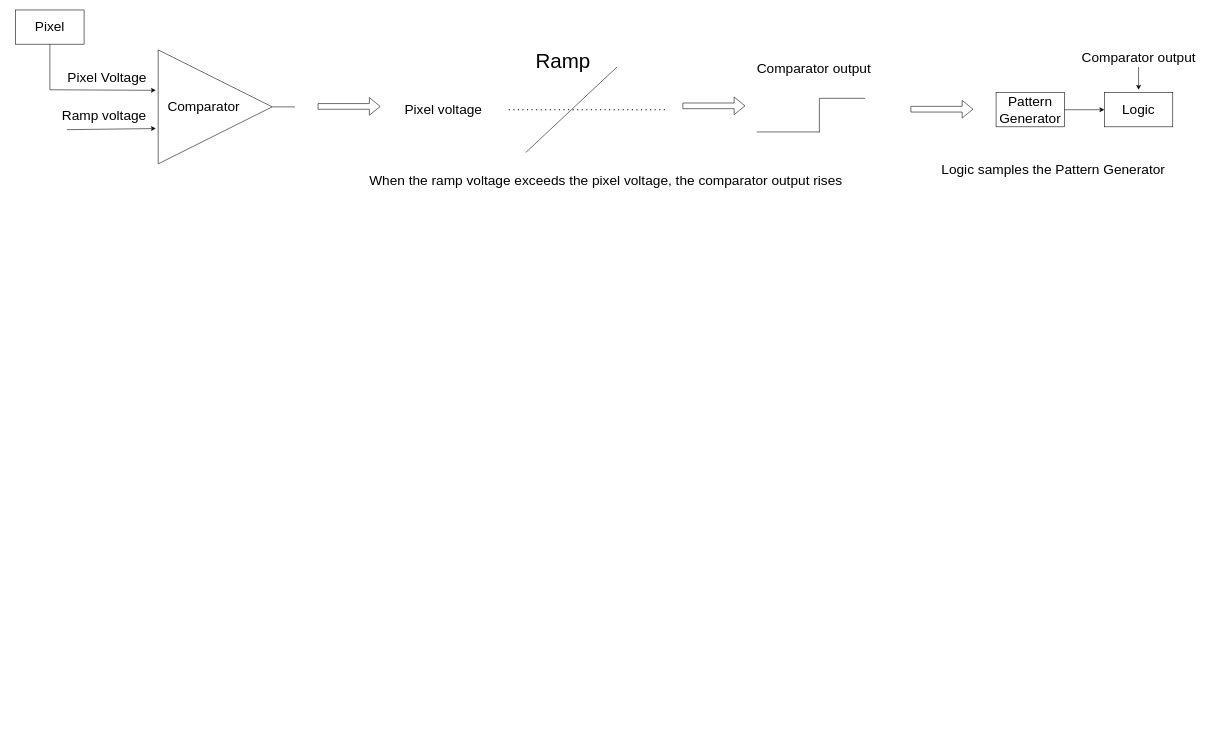
Above: Diagrams/comparator.drawio in sabarioded/Patterns_Project (draw.io), before the change. Source tidied: cells renumbered, new cells numbered last; positions are measured from the earlier drawing's top-left corner, leaving out a move shared by most shapes. Both pictures are drawn from the tidied source at 57%, with x=0, y=0 at pixel (15, 10).
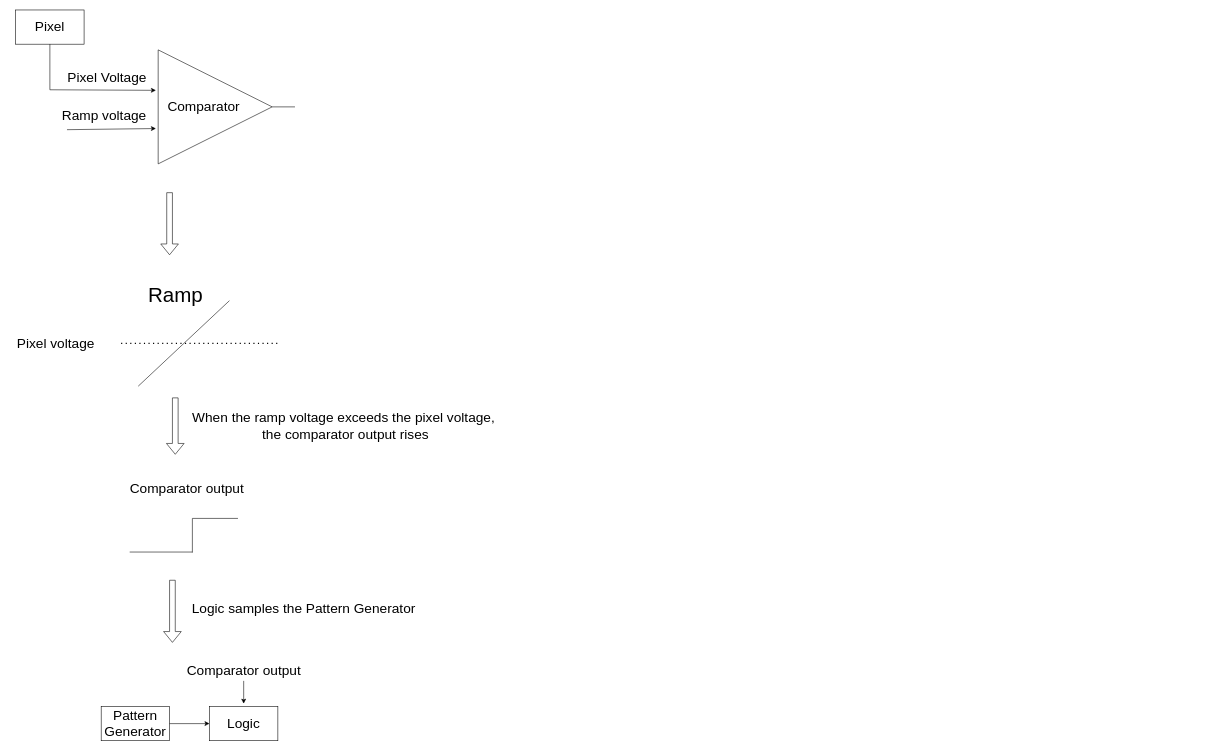
Above is the later version.

The edit, as a diff of the source:
```diff
@@
     <mxCell id="6" style="endArrow=none;html=1;rounded=0;" parent="1" edge="1">
       <mxGeometry relative="1" as="geometry">
-        <mxPoint x="895" y="250" as="sourcePoint" />
-        <mxPoint x="1055" y="100" as="targetPoint" />
+        <mxPoint x="215" y="660" as="sourcePoint" />
+        <mxPoint x="375" y="510" as="targetPoint" />
       </mxGeometry>
     </mxCell>
     <mxCell id="7" value="&lt;font style=&quot;font-size: 24px;&quot;&gt;Pixel voltage&lt;/font&gt;" style="text;html=1;align=center;verticalAlign=middle;strokeColor=none;fillColor=none;" parent="1" vertex="1">
-      <mxGeometry x="670" y="155" width="160" height="40" as="geometry" />
+      <mxGeometry x="-10" y="565" width="160" height="40" as="geometry" />
     </mxCell>
@@
     <mxCell id="9" style="endArrow=none;html=1;rounded=0;" parent="1" edge="1">
       <mxGeometry relative="1" as="geometry">
-        <mxPoint x="1300" y="214" as="sourcePoint" />
-        <mxPoint x="1410" y="214" as="targetPoint" />
+        <mxPoint x="200" y="951" as="sourcePoint" />
+        <mxPoint x="310" y="951" as="targetPoint" />
       </mxGeometry>
     </mxCell>
     <mxCell id="10" style="endArrow=none;html=1;rounded=0;" parent="1" edge="1">
       <mxGeometry relative="1" as="geometry">
-        <mxPoint x="1410" y="215" as="sourcePoint" />
-        <mxPoint x="1410" y="155" as="targetPoint" />
+        <mxPoint x="310" y="952" as="sourcePoint" />
+        <mxPoint x="310" y="892" as="targetPoint" />
       </mxGeometry>
     </mxCell>
@@
     <mxCell id="12" style="endArrow=none;html=1;rounded=0;" parent="1" edge="1">
       <mxGeometry relative="1" as="geometry">
-        <mxPoint x="1410" y="155" as="sourcePoint" />
-        <mxPoint x="1490" y="155" as="targetPoint" />
+        <mxPoint x="310" y="892" as="sourcePoint" />
+        <mxPoint x="390" y="892" as="targetPoint" />
       </mxGeometry>
     </mxCell>
@@
     <mxCell id="15" value="&lt;font style=&quot;font-size: 36px;&quot;&gt;Ramp&lt;/font&gt;" style="text;html=1;align=center;verticalAlign=middle;strokeColor=none;fillColor=none;" parent="1" vertex="1">
-      <mxGeometry x="900" y="60" width="120" height="60" as="geometry" />
+      <mxGeometry x="220" y="470" width="120" height="60" as="geometry" />
     </mxCell>
     <mxCell id="16" style="endArrow=none;dashed=1;html=1;dashPattern=1 3;strokeWidth=2;rounded=0;" parent="1" edge="1">
       <mxGeometry relative="1" as="geometry">
-        <mxPoint x="865" y="175" as="sourcePoint" />
-        <mxPoint x="1145" y="175" as="targetPoint" />
+        <mxPoint x="185" y="585" as="sourcePoint" />
+        <mxPoint x="465" y="585" as="targetPoint" />
       </mxGeometry>
     </mxCell>
     <mxCell id="17" style="shape=flexArrow;endArrow=classic;html=1;rounded=0;" parent="1" edge="1">
       <mxGeometry relative="1" as="geometry">
-        <mxPoint x="1170" y="168.2" as="sourcePoint" />
-        <mxPoint x="1280" y="168.2" as="targetPoint" />
+        <mxPoint x="280" y="680" as="sourcePoint" />
+        <mxPoint x="280" y="780" as="targetPoint" />
       </mxGeometry>
     </mxCell>
@@
     <mxCell id="19" value="&lt;font style=&quot;font-size: 24px;&quot;&gt;Comparator output&lt;/font&gt;" style="text;html=1;align=center;verticalAlign=middle;strokeColor=none;fillColor=none;" parent="1" vertex="1">
-      <mxGeometry x="1290" y="83" width="220" height="40" as="geometry" />
+      <mxGeometry x="190" y="820" width="220" height="40" as="geometry" />
     </mxCell>
     <mxCell id="20" style="shape=flexArrow;endArrow=classic;html=1;rounded=0;" parent="1" edge="1">
       <mxGeometry relative="1" as="geometry">
-        <mxPoint x="530" y="169.2" as="sourcePoint" />
-        <mxPoint x="640" y="169.2" as="targetPoint" />
+        <mxPoint x="270" y="320" as="sourcePoint" />
+        <mxPoint x="270" y="430" as="targetPoint" />
       </mxGeometry>
     </mxCell>
     <mxCell id="21" style="shape=flexArrow;endArrow=classic;html=1;rounded=0;" parent="1" edge="1">
       <mxGeometry relative="1" as="geometry">
-        <mxPoint x="1570" y="174.1" as="sourcePoint" />
-        <mxPoint x="1680" y="174.1" as="targetPoint" />
+        <mxPoint x="275" y="1000" as="sourcePoint" />
+        <mxPoint x="275" y="1110" as="targetPoint" />
       </mxGeometry>
     </mxCell>
     <mxCell id="22" value="&lt;font style=&quot;font-size: 24px;&quot;&gt;Pattern Generator&lt;/font&gt;" style="rounded=0;whiteSpace=wrap;html=1;" parent="1" vertex="1">
-      <mxGeometry x="1720" y="145" width="120" height="60" as="geometry" />
+      <mxGeometry x="150" y="1222" width="120" height="60" as="geometry" />
     </mxCell>
     <mxCell id="23" value="&lt;font style=&quot;font-size: 24px;&quot;&gt;Logic&lt;/font&gt;" style="rounded=0;whiteSpace=wrap;html=1;" parent="1" vertex="1">
-      <mxGeometry x="1910" y="145" width="120" height="60" as="geometry" />
+      <mxGeometry x="340" y="1222" width="120" height="60" as="geometry" />
     </mxCell>
     <mxCell id="24" style="endArrow=classic;html=1;rounded=0;" parent="1" edge="1">
       <mxGeometry relative="1" as="geometry">
-        <mxPoint x="1970" y="100" as="sourcePoint" />
-        <mxPoint x="1970" y="140" as="targetPoint" />
+        <mxPoint x="400" y="1177" as="sourcePoint" />
+        <mxPoint x="400" y="1217" as="targetPoint" />
       </mxGeometry>
     </mxCell>
     <mxCell id="25" value="&lt;font style=&quot;font-size: 24px;&quot;&gt;Comparator output&lt;/font&gt;" style="text;html=1;align=center;verticalAlign=middle;strokeColor=none;fillColor=none;" parent="1" vertex="1">
-      <mxGeometry x="1860" y="63" width="220" height="40" as="geometry" />
+      <mxGeometry x="290" y="1140" width="220" height="40" as="geometry" />
     </mxCell>
@@
     <mxCell id="27" value="&lt;font style=&quot;font-size: 24px;&quot;&gt;Logic samples the Pattern Generator&lt;/font&gt;" style="text;html=1;align=center;verticalAlign=middle;strokeColor=none;fillColor=none;" parent="1" vertex="1">
-      <mxGeometry x="1610" y="260" width="420" height="40" as="geometry" />
+      <mxGeometry x="295" y="1030" width="420" height="40" as="geometry" />
     </mxCell>
-    <mxCell id="28" value="&lt;font style=&quot;font-size: 24px;&quot;&gt;When the ramp voltage exceeds the pixel voltage, the comparator output rises&lt;/font&gt;" style="text;html=1;align=center;verticalAlign=middle;strokeColor=none;fillColor=none;" parent="1" vertex="1">
-      <mxGeometry x="610" y="280" width="850" height="40" as="geometry" />
+    <mxCell id="28" value="&lt;font style=&quot;font-size: 24px;&quot;&gt;When the ramp voltage exceeds the pixel voltage,&lt;/font&gt;&lt;div&gt;&lt;font style=&quot;font-size: 24px;&quot;&gt;&amp;nbsp;the comparator output rises&lt;/font&gt;&lt;/div&gt;" style="text;html=1;align=center;verticalAlign=middle;strokeColor=none;fillColor=none;" parent="1" vertex="1">
+      <mxGeometry x="300" y="695" width="550" height="70" as="geometry" />
     </mxCell>
```
